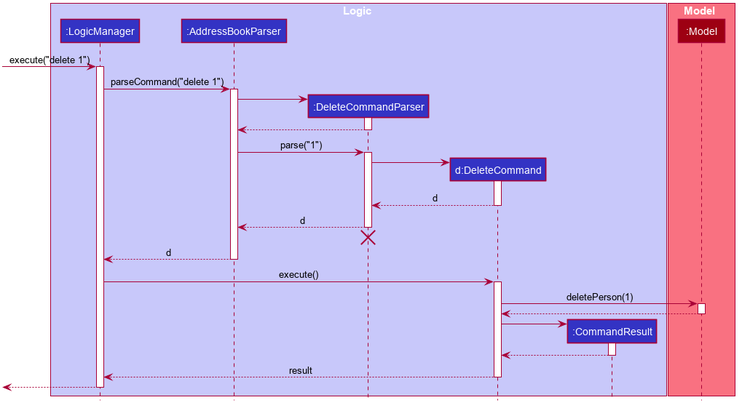
This is docs/images/DeleteSequenceDiagram.png from nus-cs2103-AY2021S2/tp, a PlantUML export, as it was before one commit.
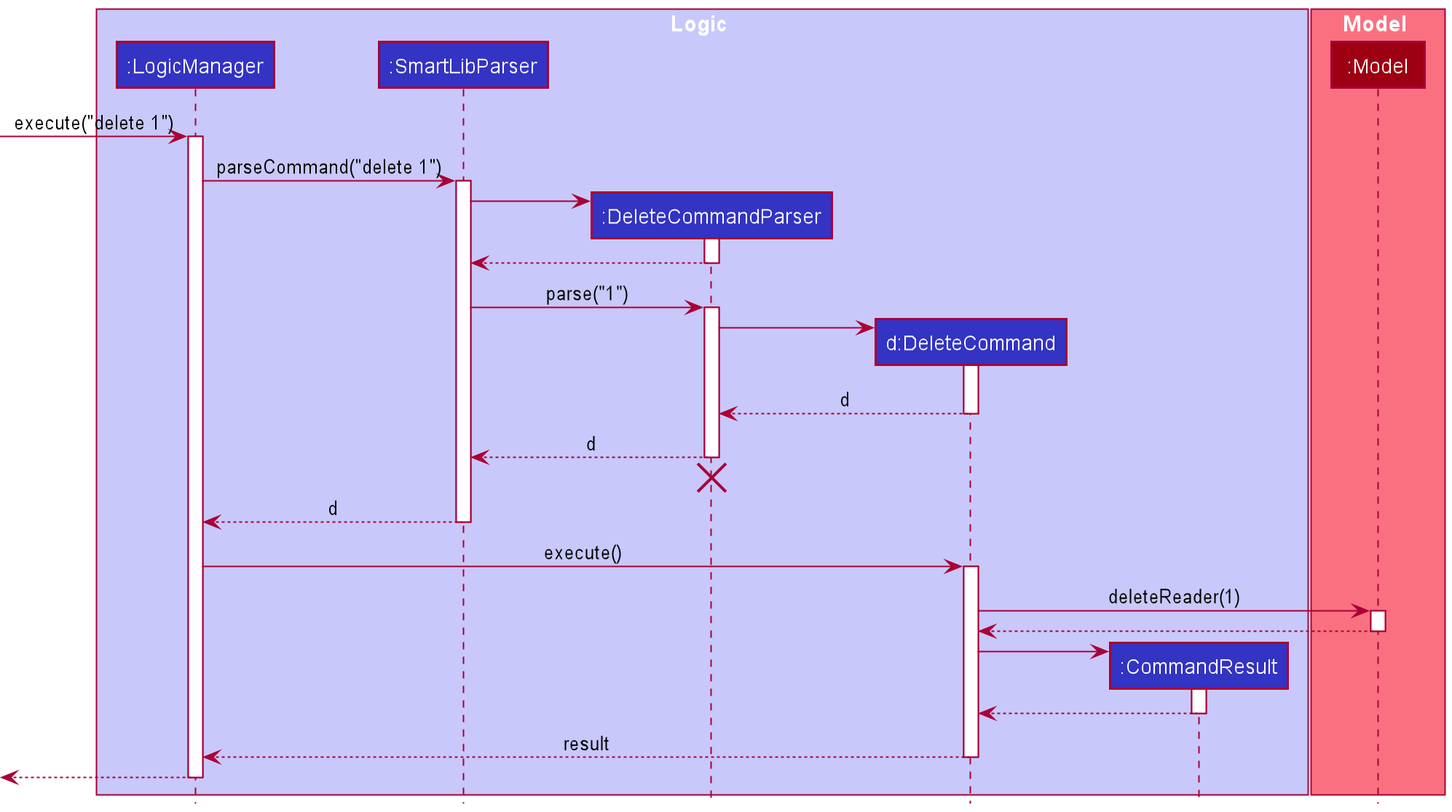
Above is the later version.

Change to the diagram source:
```diff
@@ -1,79 +1,32 @@
 @startuml
+!include style.puml
 
-
-
-
-
-
-
-
-skinparam BackgroundColor #FFFFFFF
-
-skinparam Shadowing false
-
-skinparam Class {
-    FontColor #FFFFFF
-    BorderThickness 1
-    BorderColor #FFFFFF
-    StereotypeFontColor #FFFFFF
-    FontName Arial
-}
-
-skinparam Actor {
-    BorderColor #000000
-    Color #000000
-    FontName Arial
-}
-
-skinparam Sequence {
-    MessageAlign center
-    BoxFontSize 15
-    BoxPadding 0
-    BoxFontColor #FFFFFF
-    FontName Arial
-}
-
-skinparam Participant {
-    FontColor #FFFFFFF
-    Padding 20
-}
-
-skinparam MinClassWidth 50
-skinparam ParticipantPadding 10
-skinparam Shadowing false
-skinparam DefaultTextAlignment center
-skinparam packageStyle Rectangle
-
-hide footbox
-hide members
-hide circle
-
-box Logic #C8C8FA
-participant ":LogicManager" as LogicManager #3333C4
-participant ":AddressBookParser" as AddressBookParser #3333C4
-participant ":DeleteCommandParser" as DeleteCommandParser #3333C4
-participant "d:DeleteCommand" as DeleteCommand #3333C4
-participant ":CommandResult" as CommandResult #3333C4
+box Logic LOGIC_COLOR_T1
+participant ":LogicManager" as LogicManager LOGIC_COLOR
+participant ":SmartLibParser" as SmartLibParser LOGIC_COLOR
+participant ":DeleteCommandParser" as DeleteCommandParser LOGIC_COLOR
+participant "d:DeleteCommand" as DeleteCommand LOGIC_COLOR
+participant ":CommandResult" as CommandResult LOGIC_COLOR
 end box
 
-box Model #F97181
-participant ":Model" as Model #9D0012
+box Model MODEL_COLOR_T1
+participant ":Model" as Model MODEL_COLOR
 end box
 
 [-> LogicManager : execute("delete 1")
 activate LogicManager
 
-LogicManager -> AddressBookParser : parseCommand("delete 1")
-activate AddressBookParser
+LogicManager -> SmartLibParser : parseCommand("delete 1")
+activate SmartLibParser
 
 create DeleteCommandParser
-AddressBookParser -> DeleteCommandParser
+SmartLibParser -> DeleteCommandParser
 activate DeleteCommandParser
 
-DeleteCommandParser --> AddressBookParser
+DeleteCommandParser --> SmartLibParser
 deactivate DeleteCommandParser
 
-AddressBookParser -> DeleteCommandParser : parse("1")
+SmartLibParser -> DeleteCommandParser : parse("1")
 activate DeleteCommandParser
 
 create DeleteCommand
@@ -83,18 +36,18 @@
 DeleteCommand --> DeleteCommandParser : d
 deactivate DeleteCommand
 
-DeleteCommandParser --> AddressBookParser : d
+DeleteCommandParser --> SmartLibParser : d
 deactivate DeleteCommandParser
-DeleteCommandParser -[hidden]-> AddressBookParser
+DeleteCommandParser -[hidden]-> SmartLibParser
 destroy DeleteCommandParser
 
-AddressBookParser --> LogicManager : d
-deactivate AddressBookParser
+SmartLibParser --> LogicManager : d
+deactivate SmartLibParser
 
 LogicManager -> DeleteCommand : execute()
 activate DeleteCommand
 
-DeleteCommand -> Model : deletePerson(1)
+DeleteCommand -> Model : deleteReader(1)
 activate Model
 
 Model --> DeleteCommand
```
